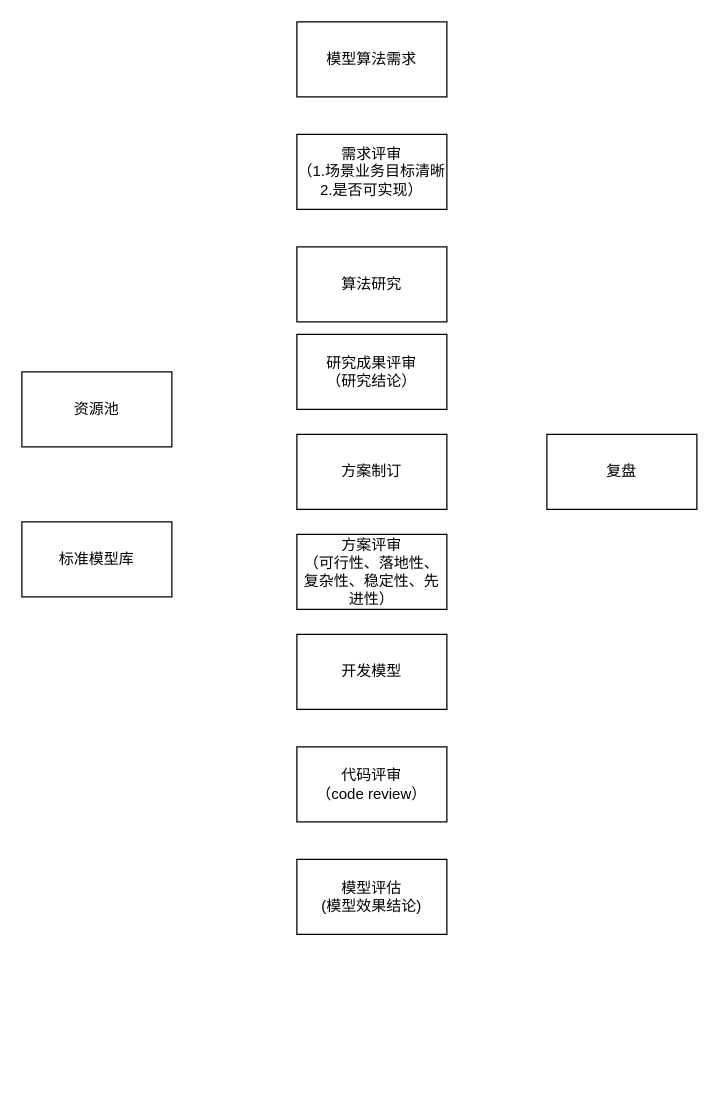
The draw.io diagram dm-standard.drawio in Max-yuki/share, before the edit. Source tidied: cells renumbered, new cells numbered last; positions are measured from the earlier drawing's top-left corner, leaving out a move shared by most shapes. Both pictures are drawn from the tidied source at 125%, with x=0, y=0 at pixel (21, 21).
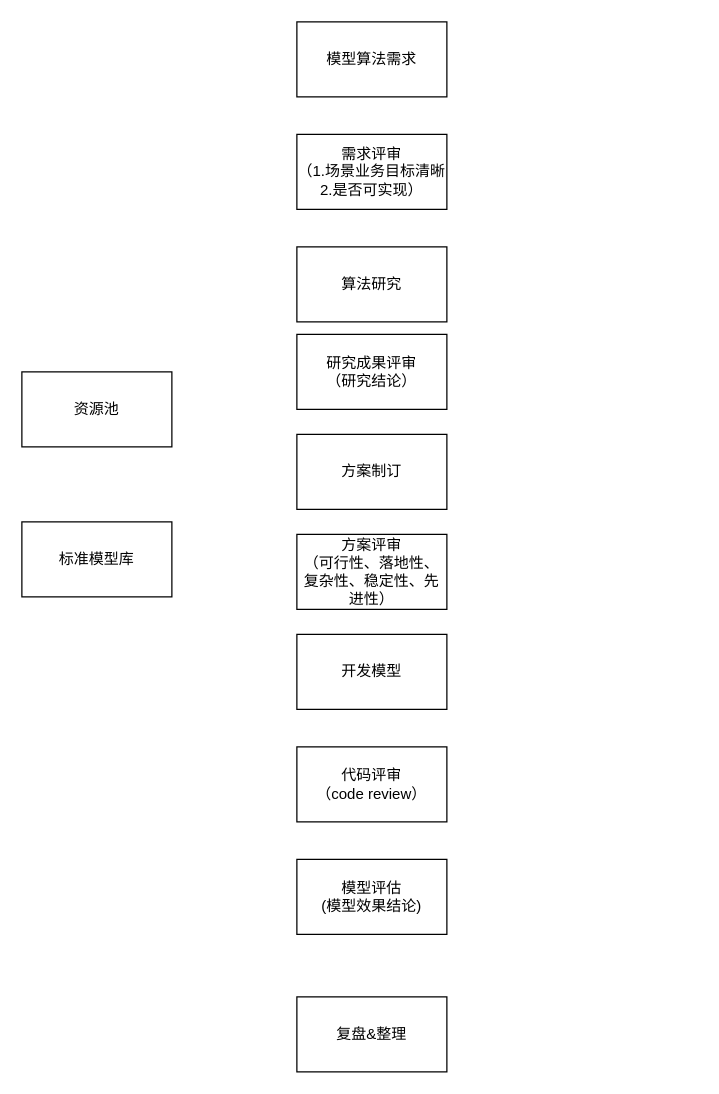
After the change.

Diff of the diagram source:
```diff
@@
 <mxGraphModel>
   <root>
     <mxCell id="0" />
     <mxCell id="1" parent="0" />
     <mxCell id="2" value="算法研究" style="rounded=0;whiteSpace=wrap;html=1;" parent="1" vertex="1">
       <mxGeometry x="220" y="180" width="120" height="60" as="geometry" />
     </mxCell>
     <mxCell id="3" value="方案制订" style="rounded=0;whiteSpace=wrap;html=1;" parent="1" vertex="1">
       <mxGeometry x="220" y="330" width="120" height="60" as="geometry" />
     </mxCell>
     <mxCell id="4" value="需求评审&lt;br&gt;（1.场景业务目标清晰2.是否可实现）" style="rounded=0;whiteSpace=wrap;html=1;" parent="1" vertex="1">
       <mxGeometry x="220" y="90" width="120" height="60" as="geometry" />
     </mxCell>
-    <mxCell id="5" value="复盘" style="rounded=0;whiteSpace=wrap;html=1;" parent="1" vertex="1">
-      <mxGeometry x="420" y="330" width="120" height="60" as="geometry" />
+    <mxCell id="5" value="复盘&amp;amp;整理" style="rounded=0;whiteSpace=wrap;html=1;" parent="1" vertex="1">
+      <mxGeometry x="220" y="780" width="120" height="60" as="geometry" />
     </mxCell>
     <mxCell id="6" value="资源池" style="rounded=0;whiteSpace=wrap;html=1;" parent="1" vertex="1">
       <mxGeometry y="280" width="120" height="60" as="geometry" />
     </mxCell>
     <mxCell id="7" value="标准模型库" style="rounded=0;whiteSpace=wrap;html=1;" parent="1" vertex="1">
       <mxGeometry y="400" width="120" height="60" as="geometry" />
     </mxCell>
     <mxCell id="8" value="模型算法需求" style="rounded=0;whiteSpace=wrap;html=1;" parent="1" vertex="1">
       <mxGeometry x="220" width="120" height="60" as="geometry" />
     </mxCell>
     <mxCell id="9" value="研究成果评审&lt;br&gt;（研究结论）" style="rounded=0;whiteSpace=wrap;html=1;" parent="1" vertex="1">
       <mxGeometry x="220" y="250" width="120" height="60" as="geometry" />
     </mxCell>
     <mxCell id="10" value="方案评审&lt;br&gt;（可行性、落地性、复杂性、稳定性、先进性）" style="rounded=0;whiteSpace=wrap;html=1;" parent="1" vertex="1">
       <mxGeometry x="220" y="410" width="120" height="60" as="geometry" />
     </mxCell>
     <mxCell id="11" value="开发模型" style="rounded=0;whiteSpace=wrap;html=1;" parent="1" vertex="1">
       <mxGeometry x="220" y="490" width="120" height="60" as="geometry" />
     </mxCell>
     <mxCell id="12" value="代码评审&lt;br&gt;（code review）" style="rounded=0;whiteSpace=wrap;html=1;" parent="1" vertex="1">
       <mxGeometry x="220" y="580" width="120" height="60" as="geometry" />
     </mxCell>
     <mxCell id="13" value="模型评估&lt;br&gt;(模型效果结论)" style="rounded=0;whiteSpace=wrap;html=1;" parent="1" vertex="1">
       <mxGeometry x="220" y="670" width="120" height="60" as="geometry" />
     </mxCell>
   </root>
 </mxGraphModel>
```
